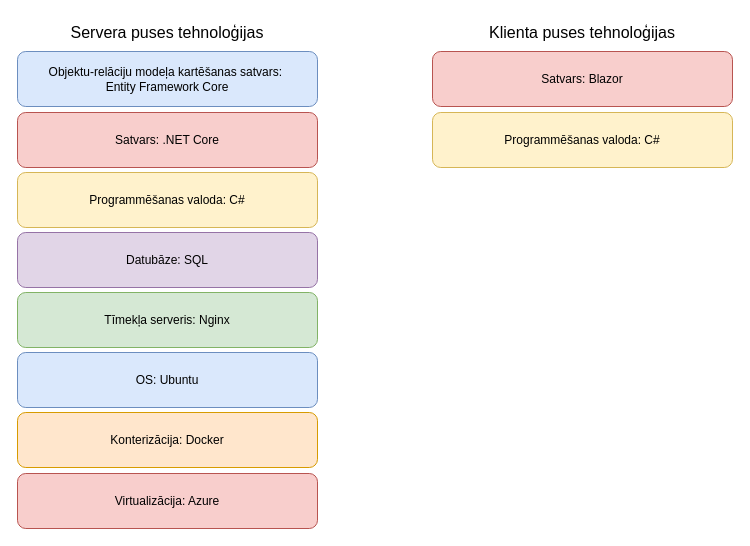
Before: TehnologijuSteks.drawio in danielsculka/projektesanas-laboratorija, a draw.io diagram. Source tidied: cells renumbered, new cells numbered last; positions are measured from the earlier drawing's top-left corner, leaving out a move shared by most shapes. Both pictures are drawn from the tidied source at 100%, with x=0, y=0 at pixel (17, 17).
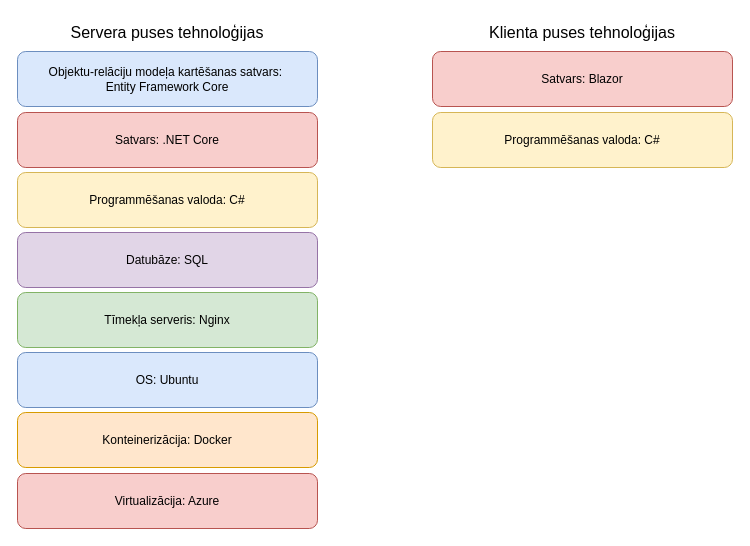
After the change.

What changed in the source:
```diff
@@
 <mxGraphModel>
   <root>
     <mxCell id="0" />
     <mxCell id="1" parent="0" />
     <mxCell id="2" value="OS: Ubuntu" style="rounded=1;whiteSpace=wrap;html=1;fillColor=#dae8fc;strokeColor=#6c8ebf;" parent="1" vertex="1">
       <mxGeometry y="335" width="300" height="55" as="geometry" />
     </mxCell>
     <mxCell id="3" value="Datubāze: SQL" style="rounded=1;whiteSpace=wrap;html=1;fillColor=#e1d5e7;strokeColor=#9673a6;" parent="1" vertex="1">
       <mxGeometry y="215" width="300" height="55" as="geometry" />
     </mxCell>
     <mxCell id="4" value="Tīmekļa serveris: Nginx" style="rounded=1;whiteSpace=wrap;html=1;fillColor=#d5e8d4;strokeColor=#82b366;" parent="1" vertex="1">
       <mxGeometry y="275" width="300" height="55" as="geometry" />
     </mxCell>
-    <mxCell id="5" value="Konterizācija: Docker" style="rounded=1;whiteSpace=wrap;html=1;fillColor=#ffe6cc;strokeColor=#d79b00;" parent="1" vertex="1">
+    <mxCell id="5" value="Konteinerizācija: Docker" style="rounded=1;whiteSpace=wrap;html=1;fillColor=#ffe6cc;strokeColor=#d79b00;" parent="1" vertex="1">
       <mxGeometry y="395" width="300" height="55" as="geometry" />
     </mxCell>
     <mxCell id="6" value="Programmēšanas valoda: C#" style="rounded=1;whiteSpace=wrap;html=1;fillColor=#fff2cc;strokeColor=#d6b656;" parent="1" vertex="1">
       <mxGeometry y="155" width="300" height="55" as="geometry" />
     </mxCell>
     <mxCell id="7" value="Satvars: .NET Core" style="rounded=1;whiteSpace=wrap;html=1;fillColor=#f8cecc;strokeColor=#b85450;" parent="1" vertex="1">
       <mxGeometry y="95" width="300" height="55" as="geometry" />
     </mxCell>
     <mxCell id="8" value="Virtualizācija: Azure" style="rounded=1;whiteSpace=wrap;html=1;fillColor=#f8cecc;strokeColor=#b85450;" parent="1" vertex="1">
       <mxGeometry y="456" width="300" height="55" as="geometry" />
     </mxCell>
     <mxCell id="9" value="Servera puses tehnoloģijas" style="text;html=1;align=center;verticalAlign=middle;whiteSpace=wrap;rounded=0;fontSize=16;fontStyle=0;" parent="1" vertex="1">
       <mxGeometry x="40" width="220" height="30" as="geometry" />
     </mxCell>
     <mxCell id="10" value="Klienta puses tehnoloģijas" style="text;html=1;align=center;verticalAlign=middle;whiteSpace=wrap;rounded=0;fontSize=16;" parent="1" vertex="1">
       <mxGeometry x="470" width="190" height="30" as="geometry" />
     </mxCell>
     <mxCell id="11" value="Satvars: Blazor" style="rounded=1;whiteSpace=wrap;html=1;fillColor=#f8cecc;strokeColor=#b85450;" parent="1" vertex="1">
       <mxGeometry x="415" y="34" width="300" height="55" as="geometry" />
     </mxCell>
     <mxCell id="12" value="Programmēšanas valoda: C#" style="rounded=1;whiteSpace=wrap;html=1;fillColor=#fff2cc;strokeColor=#d6b656;" parent="1" vertex="1">
       <mxGeometry x="415" y="95" width="300" height="55" as="geometry" />
     </mxCell>
     <mxCell id="13" value="Objektu-relāciju modeļa kartēšanas satvars:&amp;nbsp;&lt;div&gt;Entity Framework Core&lt;/div&gt;" style="rounded=1;whiteSpace=wrap;html=1;fillColor=#dae8fc;strokeColor=#6c8ebf;" parent="1" vertex="1">
       <mxGeometry y="34" width="300" height="55" as="geometry" />
     </mxCell>
   </root>
 </mxGraphModel>
```
